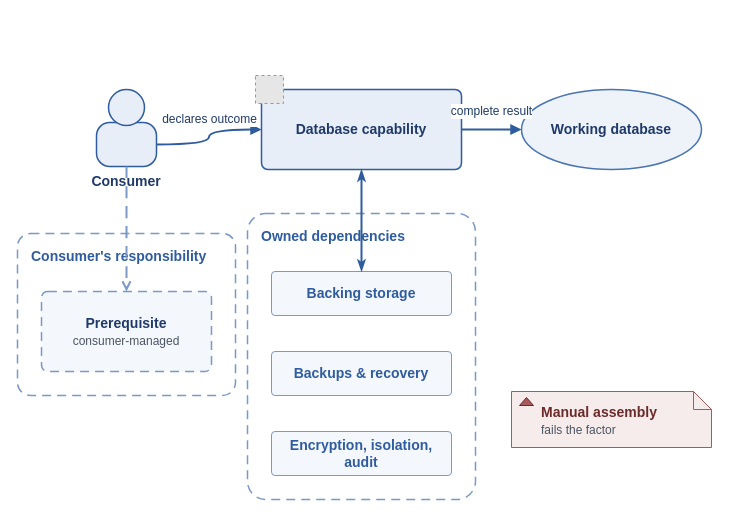
missBerg/platform-capabilities keeps this draw.io diagram as diagrams/factor-3-encapsulated-dependencies.drawio. Above is the earlier version. Source tidied: cells renumbered, new cells numbered last; positions are measured from the earlier drawing's top-left corner, leaving out a move shared by most shapes. Both pictures are drawn from the tidied source at 100%, with x=0, y=0 at pixel (17, 75). Pictures stored in the file or linked from it are replaced by grey dashed boxes.
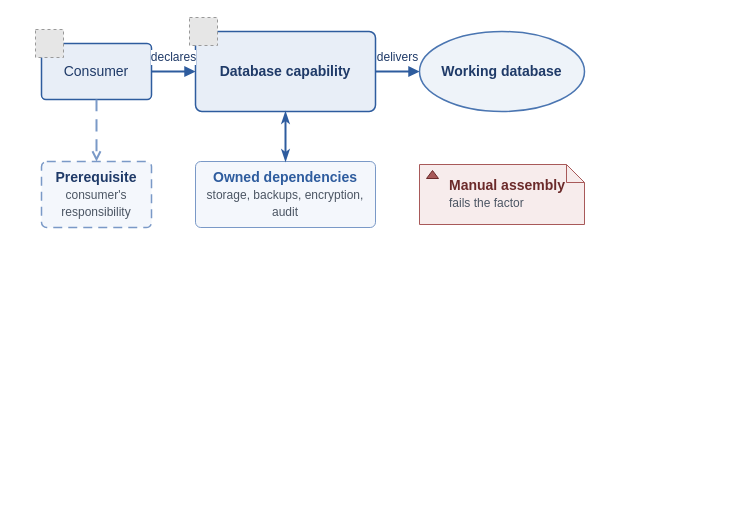
The same diagram, later.

Change to the diagram source:
```diff
@@
-    <mxCell id="2" value="&lt;b&gt;Consumer&amp;#x27;s responsibility&lt;/b&gt;" style="rounded=1;whiteSpace=wrap;html=1;arcSize=8;fillColor=none;strokeColor=#7A99C7;strokeWidth=1.5;fontColor=#2E5C9E;fontFamily=Helvetica;fontSize=14;align=left;verticalAlign=top;dashed=1;dashPattern=6 4;spacingLeft=12;spacingTop=8;shadow=0;" parent="1" vertex="1">
-      <mxGeometry y="158" width="218" height="162" as="geometry" />
-    </mxCell>
-    <mxCell id="3" value="&lt;b&gt;Owned dependencies&lt;/b&gt;" style="rounded=1;whiteSpace=wrap;html=1;arcSize=8;fillColor=none;strokeColor=#7A99C7;strokeWidth=1.5;fontColor=#2E5C9E;fontFamily=Helvetica;fontSize=14;align=left;verticalAlign=top;dashed=1;dashPattern=6 4;spacingLeft=12;spacingTop=8;shadow=0;" parent="1" vertex="1">
-      <mxGeometry x="230" y="138" width="228" height="286" as="geometry" />
-    </mxCell>
-    <mxCell id="4" value="&lt;b&gt;Consumer&lt;/b&gt;" style="rounded=1;whiteSpace=wrap;html=1;arcSize=30;fillColor=#E8EEF7;strokeColor=#2E5C9E;strokeWidth=1.5;fontColor=#1F3A68;fontFamily=Helvetica;fontSize=14;verticalLabelPosition=bottom;verticalAlign=top;labelPosition=center;align=center;shadow=0;" parent="1" vertex="1">
-      <mxGeometry x="79" y="47" width="60" height="44" as="geometry" />
+    <mxCell id="4" value="Consumer" style="rounded=1;whiteSpace=wrap;html=1;arcSize=8;fillColor=#E8EEF7;strokeColor=#2E5C9E;strokeWidth=1.5;fontColor=#1F3A68;fontFamily=Helvetica;fontSize=14;align=center;verticalAlign=middle;shadow=0;" parent="1" vertex="1">
+      <mxGeometry x="24" y="-32" width="110" height="56" as="geometry" />
     </mxCell>
-    <mxCell id="5" style="ellipse;whiteSpace=wrap;html=1;fillColor=#E8EEF7;strokeColor=#2E5C9E;strokeWidth=1.5;shadow=0;" parent="1" vertex="1">
-      <mxGeometry x="91" y="14" width="36" height="36" as="geometry" />
-    </mxCell>
-    <mxCell id="6" value="&lt;b&gt;Prerequisite&lt;/b&gt;&lt;br&gt;&lt;font style=&quot;font-size: 12px&quot; color=&quot;#4B5563&quot;&gt;consumer-managed&lt;/font&gt;" style="rounded=1;whiteSpace=wrap;html=1;arcSize=8;fillColor=#F4F7FC;strokeColor=#7A99C7;strokeWidth=1.5;dashed=1;dashPattern=6 4;fontColor=#1F3A68;fontFamily=Helvetica;fontSize=14;align=center;verticalAlign=middle;shadow=0;" parent="1" vertex="1">
-      <mxGeometry x="24" y="216" width="170" height="80" as="geometry" />
-    </mxCell>
+    <mxCell id="19" style="fillColor=#E6E6E6;strokeColor=#999999;dashed=1;verticalLabelPosition=bottom;verticalAlign=top;align=center;fontFamily=Helvetica;fontSize=14;fontColor=#1F3A68;" parent="1" vertex="1">
+      <mxGeometry x="18" y="-46" width="28" height="28" as="geometry" />
+    </mxCell>
     <mxCell id="7" value="&lt;b&gt;Database capability&lt;/b&gt;" style="rounded=1;whiteSpace=wrap;html=1;arcSize=8;fillColor=#E8EEF7;strokeColor=#2E5C9E;strokeWidth=1.5;fontColor=#1F3A68;fontFamily=Helvetica;fontSize=14;align=center;verticalAlign=middle;shadow=0;" parent="1" vertex="1">
-      <mxGeometry x="244" y="14" width="200" height="80" as="geometry" />
+      <mxGeometry x="178" y="-44" width="180" height="80" as="geometry" />
     </mxCell>
     <mxCell id="8" style="fillColor=#E6E6E6;strokeColor=#999999;dashed=1;verticalLabelPosition=bottom;verticalAlign=top;align=center;fontFamily=Helvetica;fontSize=14;fontColor=#1F3A68;" parent="1" vertex="1">
-      <mxGeometry x="238" width="28" height="28" as="geometry" />
+      <mxGeometry x="172" y="-58" width="28" height="28" as="geometry" />
     </mxCell>
-    <mxCell id="9" value="&lt;b&gt;Backing storage&lt;/b&gt;" style="rounded=1;whiteSpace=wrap;html=1;arcSize=8;fillColor=#F4F7FC;strokeColor=#7A99C7;strokeWidth=1;fontColor=#2E5C9E;fontFamily=Helvetica;fontSize=14;align=center;verticalAlign=middle;shadow=0;" parent="1" vertex="1">
-      <mxGeometry x="254" y="196" width="180" height="44" as="geometry" />
-    </mxCell>
-    <mxCell id="10" value="&lt;b&gt;Backups &amp;amp; recovery&lt;/b&gt;" style="rounded=1;whiteSpace=wrap;html=1;arcSize=8;fillColor=#F4F7FC;strokeColor=#7A99C7;strokeWidth=1;fontColor=#2E5C9E;fontFamily=Helvetica;fontSize=14;align=center;verticalAlign=middle;shadow=0;" parent="1" vertex="1">
-      <mxGeometry x="254" y="276" width="180" height="44" as="geometry" />
-    </mxCell>
-    <mxCell id="11" value="&lt;b&gt;Encryption, isolation, audit&lt;/b&gt;" style="rounded=1;whiteSpace=wrap;html=1;arcSize=8;fillColor=#F4F7FC;strokeColor=#7A99C7;strokeWidth=1;fontColor=#2E5C9E;fontFamily=Helvetica;fontSize=14;align=center;verticalAlign=middle;shadow=0;" parent="1" vertex="1">
-      <mxGeometry x="254" y="356" width="180" height="44" as="geometry" />
-    </mxCell>
     <mxCell id="12" value="&lt;b&gt;Working database&lt;/b&gt;" style="ellipse;whiteSpace=wrap;html=1;fillColor=#EEF3F9;strokeColor=#4A75B1;strokeWidth=1.5;fontColor=#1F3A68;fontFamily=Helvetica;fontSize=14;align=center;verticalAlign=middle;shadow=0;" parent="1" vertex="1">
-      <mxGeometry x="504" y="14" width="180" height="80" as="geometry" />
+      <mxGeometry x="402" y="-44" width="165" height="80" as="geometry" />
     </mxCell>
+    <mxCell id="6" value="&lt;b&gt;Prerequisite&lt;/b&gt;&lt;br&gt;&lt;font style=&quot;font-size: 12px&quot; color=&quot;#4B5563&quot;&gt;consumer&amp;#x27;s responsibility&lt;/font&gt;" style="rounded=1;whiteSpace=wrap;html=1;arcSize=8;fillColor=#F4F7FC;strokeColor=#7A99C7;strokeWidth=1.5;dashed=1;dashPattern=6 4;fontColor=#1F3A68;fontFamily=Helvetica;fontSize=14;align=center;verticalAlign=middle;shadow=0;" parent="1" vertex="1">
+      <mxGeometry x="24" y="86" width="110" height="66" as="geometry" />
+    </mxCell>
+    <mxCell id="20" value="&lt;b&gt;Owned dependencies&lt;/b&gt;&lt;br&gt;&lt;font style=&quot;font-size: 12px&quot; color=&quot;#4B5563&quot;&gt;storage, backups, encryption, audit&lt;/font&gt;" style="rounded=1;whiteSpace=wrap;html=1;arcSize=8;fillColor=#F4F7FC;strokeColor=#7A99C7;strokeWidth=1;fontColor=#2E5C9E;fontFamily=Helvetica;fontSize=14;align=center;verticalAlign=middle;shadow=0;" parent="1" vertex="1">
+      <mxGeometry x="178" y="86" width="180" height="66" as="geometry" />
+    </mxCell>
     <mxCell id="13" value="&lt;b&gt;Manual assembly&lt;/b&gt;&lt;br&gt;&lt;font style=&quot;font-size: 12px&quot; color=&quot;#4B5563&quot;&gt;fails the factor&lt;/font&gt;" style="shape=note;whiteSpace=wrap;html=1;backgroundOutline=1;fillColor=#F7ECEC;strokeColor=#A85959;strokeWidth=1;fontColor=#6B2A2A;fontFamily=Helvetica;fontSize=14;align=left;verticalAlign=top;spacingLeft=28;spacingTop=6;spacingRight=8;shadow=0;size=18;" parent="1" vertex="1">
-      <mxGeometry x="494" y="316" width="200" height="56" as="geometry" />
+      <mxGeometry x="402" y="89" width="165" height="60" as="geometry" />
     </mxCell>
     <mxCell id="14" style="shape=triangle;direction=north;fillColor=#A85959;strokeColor=#6B2A2A;html=1;shadow=0;" parent="1" vertex="1">
-      <mxGeometry x="502" y="322" width="14" height="8" as="geometry" />
+      <mxGeometry x="409" y="95" width="12" height="8" as="geometry" />
     </mxCell>
-    <mxCell id="15" value="declares outcome" style="edgeStyle=orthogonalEdgeStyle;endArrow=block;html=1;rounded=0;strokeColor=#2E5C9E;strokeWidth=2;fontColor=#1F3A68;fontFamily=Helvetica;fontSize=12;endFill=1;curved=1;exitX=1;exitY=0.5;exitDx=0;exitDy=0;entryX=0;entryY=0.5;entryDx=0;entryDy=0;" parent="1" edge="1" source="4" target="7">
+    <mxCell id="15" value="declares" style="edgeStyle=orthogonalEdgeStyle;endArrow=block;html=1;rounded=0;strokeColor=#2E5C9E;strokeWidth=2;fontColor=#1F3A68;fontFamily=Helvetica;fontSize=12;endFill=1;curved=1;" parent="1" edge="1" source="4" target="7">
       <mxGeometry relative="1" as="geometry">
-        <mxPoint y="-18" as="offset" />
+        <mxPoint y="-14" as="offset" />
       </mxGeometry>
     </mxCell>
-    <mxCell id="16" style="edgeStyle=orthogonalEdgeStyle;endArrow=open;html=1;rounded=0;strokeColor=#7A99C7;strokeWidth=2;dashed=1;dashPattern=6 4;fontColor=#1F3A68;fontFamily=Helvetica;fontSize=12;curved=1;exitX=0.5;exitY=1;exitDx=0;exitDy=0;entryX=0.5;entryY=0;entryDx=0;entryDy=0;" parent="1" edge="1" source="4" target="6">
-      <mxGeometry relative="1" as="geometry" />
+    <mxCell id="16" value="delivers" style="edgeStyle=orthogonalEdgeStyle;endArrow=block;html=1;rounded=0;strokeColor=#2E5C9E;strokeWidth=2;fontColor=#1F3A68;fontFamily=Helvetica;fontSize=12;endFill=1;curved=1;" parent="1" edge="1" source="7" target="12">
+      <mxGeometry relative="1" as="geometry">
+        <mxPoint y="-14" as="offset" />
+      </mxGeometry>
     </mxCell>
-    <mxCell id="17" style="edgeStyle=orthogonalEdgeStyle;endArrow=classicThin;startArrow=classicThin;html=1;curved=1;rounded=0;strokeColor=#2E5C9E;strokeWidth=2;fontColor=#1F3A68;fontFamily=Helvetica;fontSize=12;curved=1;exitX=0.5;exitY=1;exitDx=0;exitDy=0;entryX=0.5;entryY=0;entryDx=0;entryDy=0;" parent="1" edge="1" source="7" target="9">
+    <mxCell id="17" style="edgeStyle=orthogonalEdgeStyle;endArrow=open;html=1;rounded=0;strokeColor=#7A99C7;strokeWidth=2;dashed=1;dashPattern=6 4;fontColor=#1F3A68;fontFamily=Helvetica;fontSize=12;curved=1;exitX=0.5;exitY=1;exitDx=0;exitDy=0;entryX=0.5;entryY=0;entryDx=0;entryDy=0;" parent="1" edge="1" source="4" target="6">
       <mxGeometry relative="1" as="geometry" />
     </mxCell>
-    <mxCell id="18" value="complete result" style="edgeStyle=orthogonalEdgeStyle;endArrow=block;html=1;rounded=0;strokeColor=#2E5C9E;strokeWidth=2;fontColor=#1F3A68;fontFamily=Helvetica;fontSize=12;endFill=1;curved=1;exitX=1;exitY=0.5;exitDx=0;exitDy=0;entryX=0;entryY=0.5;entryDx=0;entryDy=0;" parent="1" edge="1" source="7" target="12">
-      <mxGeometry relative="1" as="geometry">
-        <mxPoint y="-18" as="offset" />
-      </mxGeometry>
+    <mxCell id="18" style="edgeStyle=orthogonalEdgeStyle;endArrow=classicThin;startArrow=classicThin;html=1;curved=1;rounded=0;strokeColor=#2E5C9E;strokeWidth=2;fontColor=#1F3A68;fontFamily=Helvetica;fontSize=12;curved=1;exitX=0.5;exitY=1;exitDx=0;exitDy=0;entryX=0.5;entryY=0;entryDx=0;entryDy=0;" parent="1" edge="1" source="7" target="20">
+      <mxGeometry relative="1" as="geometry" />
     </mxCell>
```
